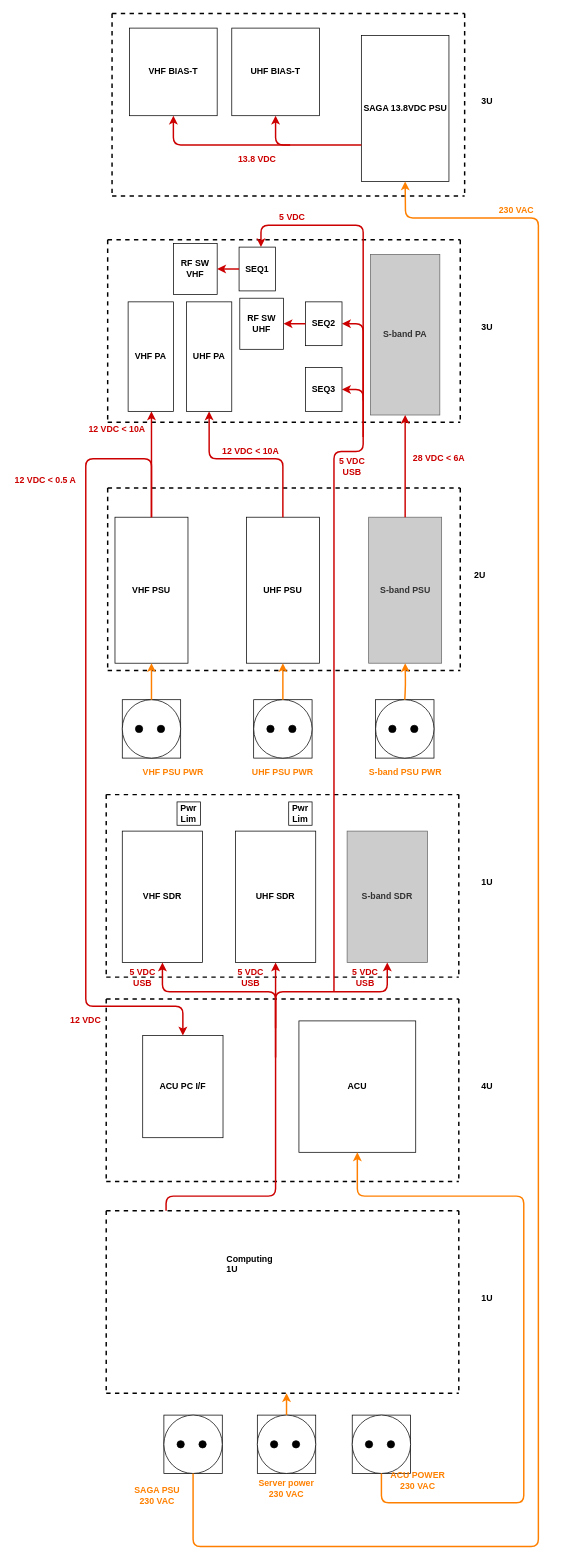
Earlier version of the draw.io diagram design-diagrams/19-inch-design_pwr.drawio (melfvelin/kirunags). Source tidied: cells renumbered, new cells numbered last; positions are measured from the earlier drawing's top-left corner, leaving out a move shared by most shapes. Both pictures are drawn from the tidied source at 73%, with x=0, y=0 at pixel (12, 13).
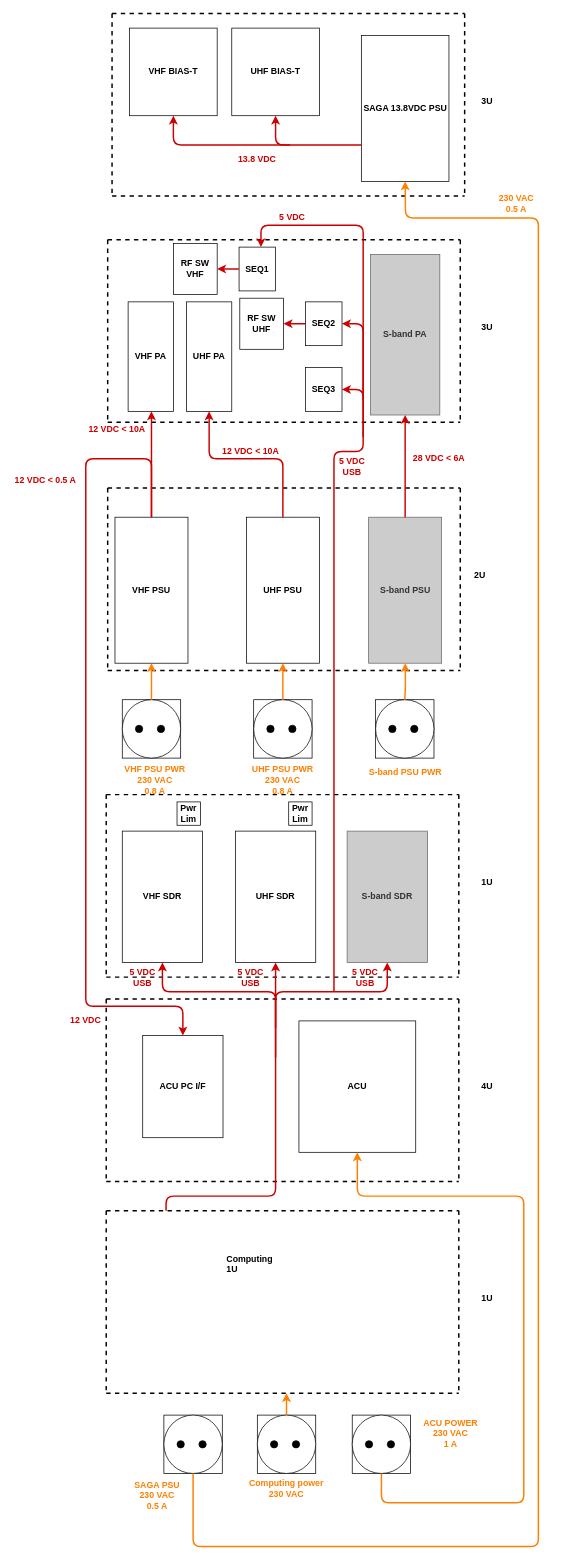
The same diagram, later.

Commit message (it also covers changes not shown here):
updates to design diagrams

What changed in the source:
```diff
@@
-    <mxCell id="69" value="ACU POWER&lt;br&gt;230 VAC" style="text;html=1;strokeColor=none;fillColor=none;align=center;verticalAlign=middle;whiteSpace=wrap;rounded=0;fontStyle=1;fontColor=#FF8000;" parent="1" vertex="1">
-      <mxGeometry x="500" y="2000" width="110" height="20" as="geometry" />
+    <mxCell id="69" value="ACU POWER&lt;br&gt;&lt;div&gt;230 VAC&lt;/div&gt;&lt;div&gt;1 A&lt;br&gt;&lt;/div&gt;" style="text;html=1;strokeColor=none;fillColor=none;align=center;verticalAlign=middle;whiteSpace=wrap;rounded=0;fontStyle=1;fontColor=#FF8000;" parent="1" vertex="1">
+      <mxGeometry x="545" y="1935" width="110" height="20" as="geometry" />
     </mxCell>
-    <mxCell id="70" value="Server power&lt;br&gt;230 VAC" style="text;html=1;strokeColor=none;fillColor=none;align=center;verticalAlign=middle;whiteSpace=wrap;rounded=0;fontStyle=1;fontColor=#FF8000;" parent="1" vertex="1">
+    <mxCell id="70" value="Computing power&lt;br&gt;230 VAC" style="text;html=1;strokeColor=none;fillColor=none;align=center;verticalAlign=middle;whiteSpace=wrap;rounded=0;fontStyle=1;fontColor=#FF8000;" parent="1" vertex="1">
       <mxGeometry x="320" y="2010" width="110" height="20" as="geometry" />
     </mxCell>
@@
-    <mxCell id="72" value="UHF PSU PWR" style="text;html=1;strokeColor=none;fillColor=none;align=center;verticalAlign=middle;whiteSpace=wrap;rounded=0;fontStyle=1;fontColor=#FF8000;" parent="1" vertex="1">
-      <mxGeometry x="315" y="1030" width="110" height="20" as="geometry" />
+    <mxCell id="72" value="&lt;div&gt;UHF PSU PWR&lt;/div&gt;&lt;div&gt;230 VAC&lt;/div&gt;&lt;div&gt;0.8 A&lt;br&gt;&lt;/div&gt;" style="text;html=1;strokeColor=none;fillColor=none;align=center;verticalAlign=middle;whiteSpace=wrap;rounded=0;fontStyle=1;fontColor=#FF8000;" parent="1" vertex="1">
+      <mxGeometry x="315" y="1040" width="110" height="20" as="geometry" />
     </mxCell>
-    <mxCell id="73" value="VHF PSU PWR" style="text;html=1;strokeColor=none;fillColor=none;align=center;verticalAlign=middle;whiteSpace=wrap;rounded=0;fontStyle=1;fontColor=#FF8000;" parent="1" vertex="1">
-      <mxGeometry x="165" y="1030" width="110" height="20" as="geometry" />
+    <mxCell id="73" value="&lt;div&gt;VHF PSU PWR&lt;/div&gt;&lt;div&gt;230 VAC&lt;/div&gt;&lt;div&gt;0.8 A&lt;br&gt;&lt;/div&gt;" style="text;html=1;strokeColor=none;fillColor=none;align=center;verticalAlign=middle;whiteSpace=wrap;rounded=0;fontStyle=1;fontColor=#FF8000;" parent="1" vertex="1">
+      <mxGeometry x="140" y="1040" width="110" height="20" as="geometry" />
     </mxCell>
@@
-    <mxCell id="84" value="&lt;div&gt;SAGA PSU&lt;br&gt;230 VAC&lt;br&gt;&lt;/div&gt;" style="text;html=1;strokeColor=none;fillColor=none;align=center;verticalAlign=middle;whiteSpace=wrap;rounded=0;fontColor=#FF8000;fontStyle=1;" parent="1" vertex="1">
+    <mxCell id="84" value="&lt;div&gt;SAGA PSU&lt;br&gt;230 VAC&lt;/div&gt;&lt;div&gt;0.5 A&lt;br&gt;&lt;/div&gt;" style="text;html=1;strokeColor=none;fillColor=none;align=center;verticalAlign=middle;whiteSpace=wrap;rounded=0;fontColor=#FF8000;fontStyle=1;" parent="1" vertex="1">
       <mxGeometry x="158" y="2020" width="80" height="20" as="geometry" />
     </mxCell>
-    <mxCell id="85" value="230 VAC" style="text;html=1;strokeColor=none;fillColor=none;align=center;verticalAlign=middle;whiteSpace=wrap;rounded=0;fontStyle=1;fontColor=#FF8000;" parent="1" vertex="1">
-      <mxGeometry x="620" y="260" width="140" height="20" as="geometry" />
+    <mxCell id="85" value="&lt;div&gt;230 VAC&lt;/div&gt;0.5 A" style="text;html=1;strokeColor=none;fillColor=none;align=center;verticalAlign=middle;whiteSpace=wrap;rounded=0;fontStyle=1;fontColor=#FF8000;" parent="1" vertex="1">
+      <mxGeometry x="620" y="250" width="140" height="20" as="geometry" />
     </mxCell>
```
